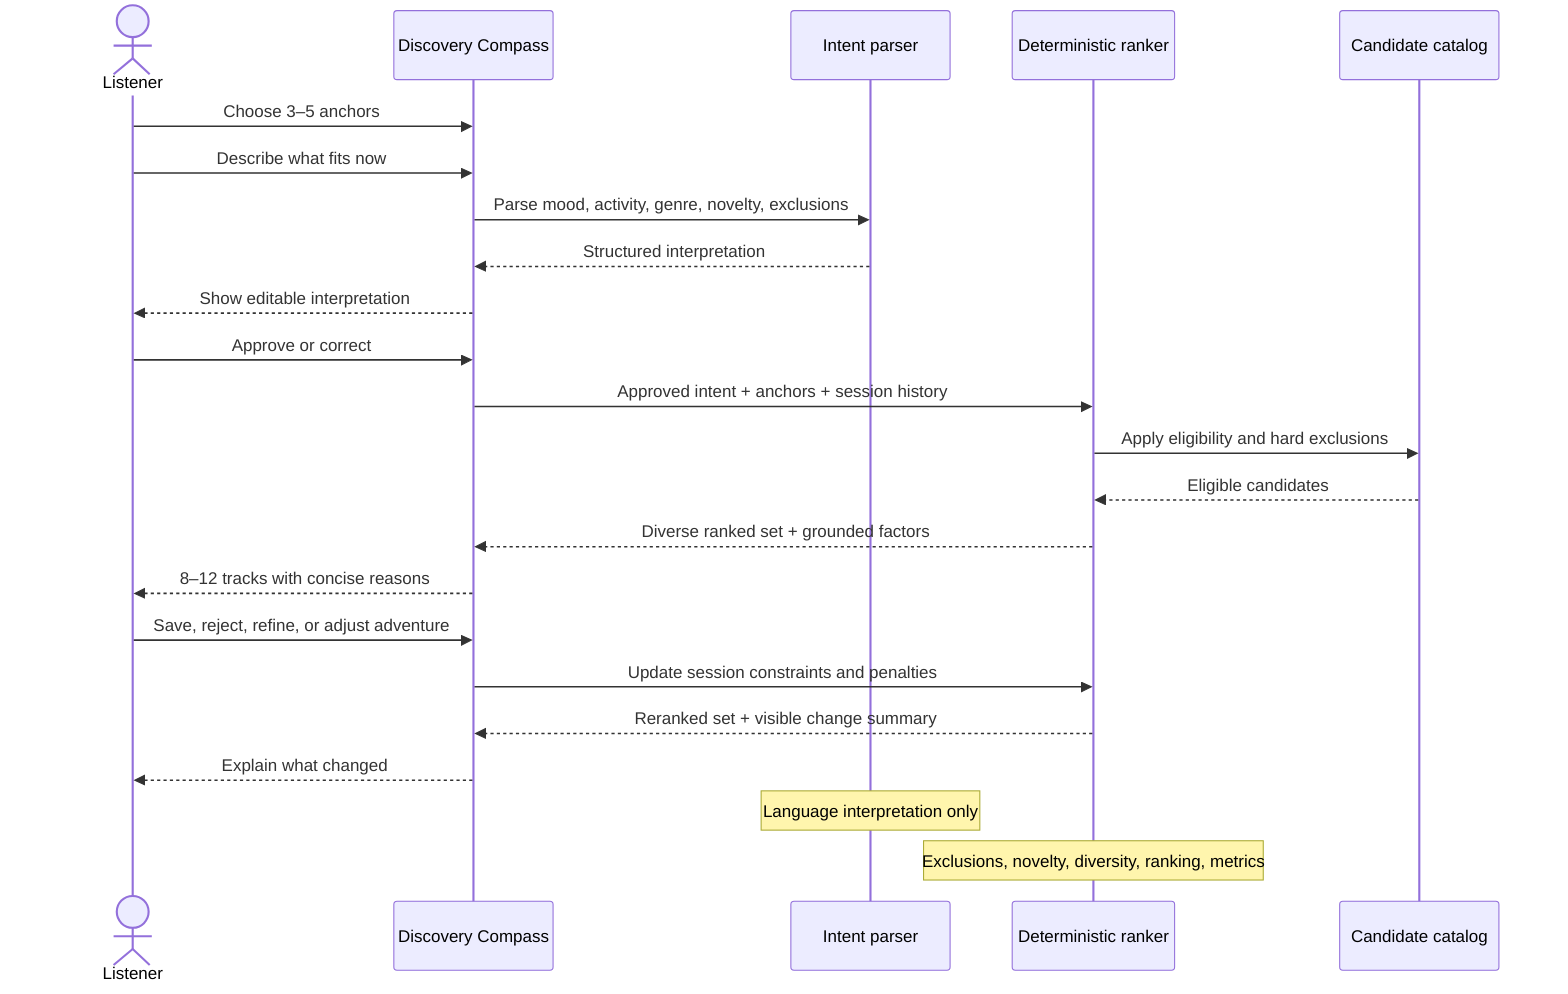
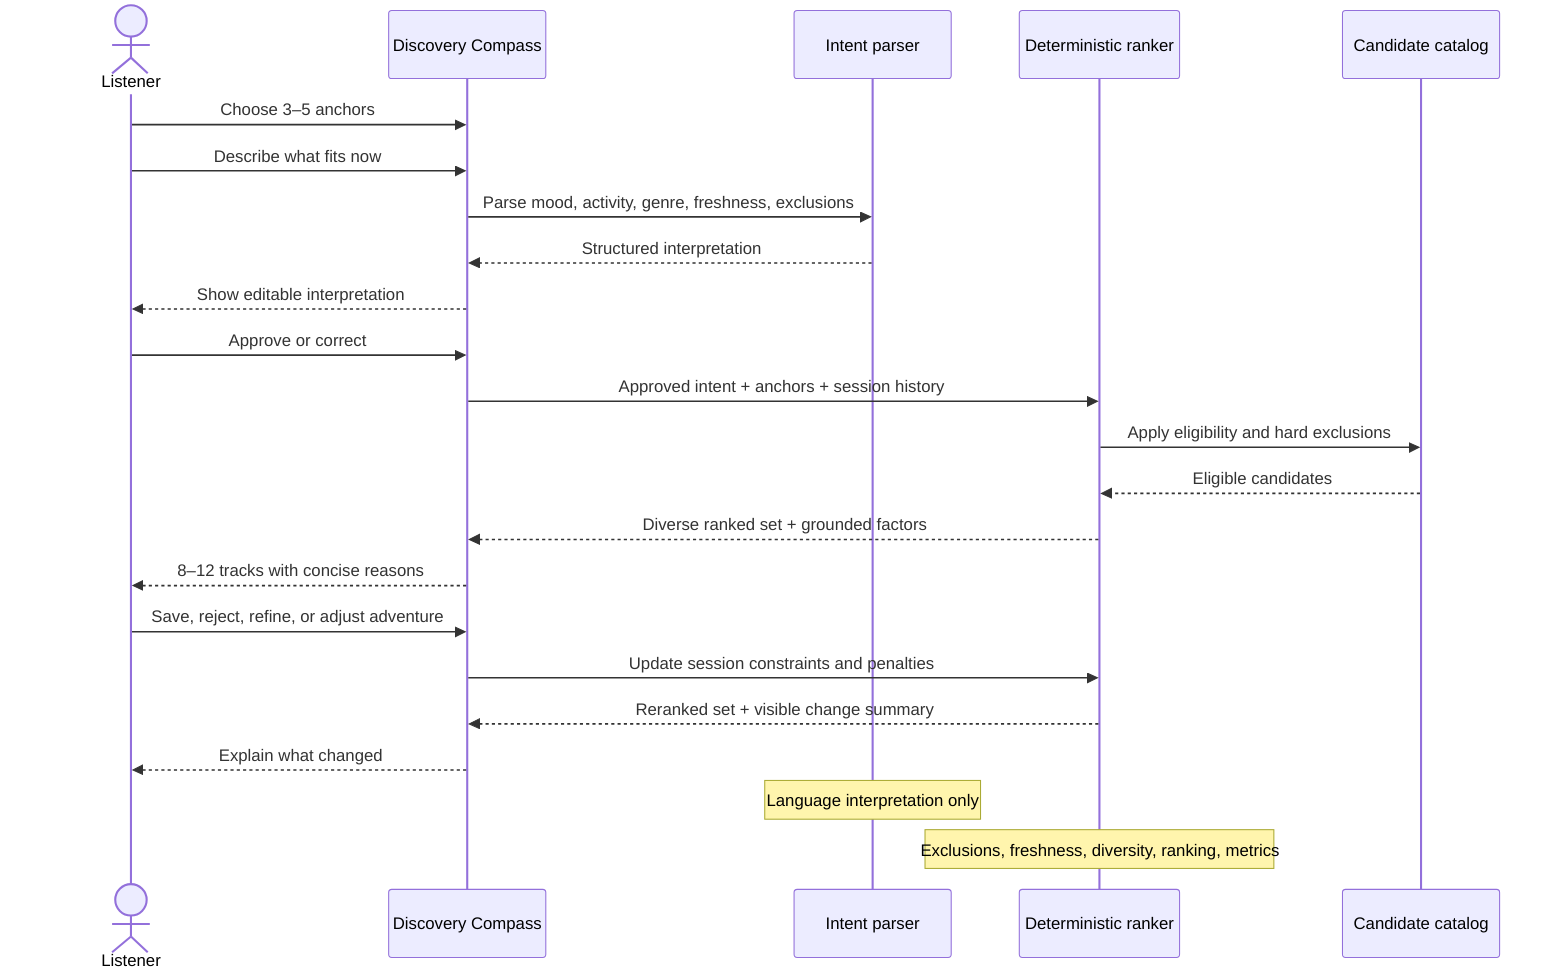
sequenceDiagram
    actor L as Listener
    participant UI as Discovery Compass
    participant AI as Intent parser
    participant R as Deterministic ranker
    participant C as Candidate catalog

    L->>UI: Choose 3–5 anchors
    L->>UI: Describe what fits now
-     UI->>AI: Parse mood, activity, genre, novelty, exclusions
+     UI->>AI: Parse mood, activity, genre, freshness, exclusions
    AI-->>UI: Structured interpretation
    UI-->>L: Show editable interpretation
    L->>UI: Approve or correct
    UI->>R: Approved intent + anchors + session history
    R->>C: Apply eligibility and hard exclusions
    C-->>R: Eligible candidates
    R-->>UI: Diverse ranked set + grounded factors
    UI-->>L: 8–12 tracks with concise reasons
    L->>UI: Save, reject, refine, or adjust adventure
    UI->>R: Update session constraints and penalties
    R-->>UI: Reranked set + visible change summary
    UI-->>L: Explain what changed

    Note over AI: Language interpretation only
-     Note over R: Exclusions, novelty, diversity, ranking, metrics
+     Note over R: Exclusions, freshness, diversity, ranking, metrics
